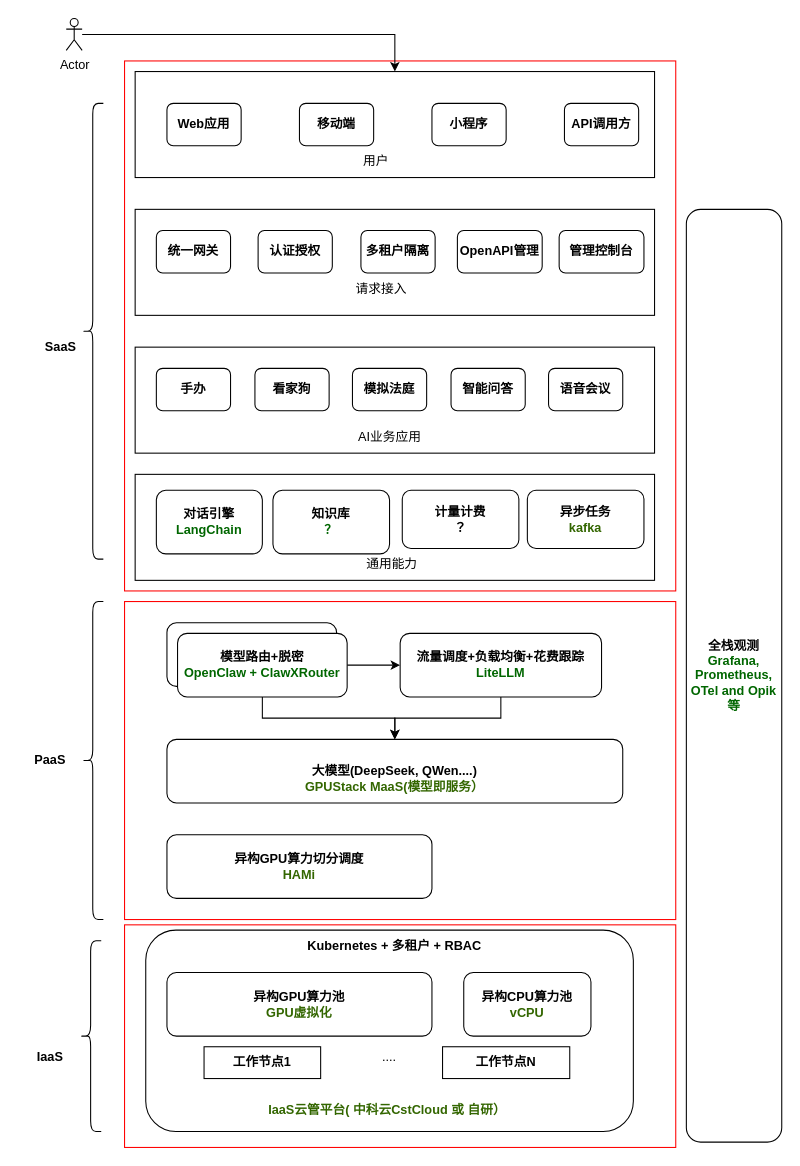
The draw.io diagram starbrain.drawio in wlijian-max/digrams, before the edit. Source tidied: cells renumbered, new cells numbered last; positions are measured from the earlier drawing's top-left corner, leaving out a move shared by most shapes. Both pictures are drawn from the tidied source at 106%, with x=0, y=0 at pixel (18, 18).
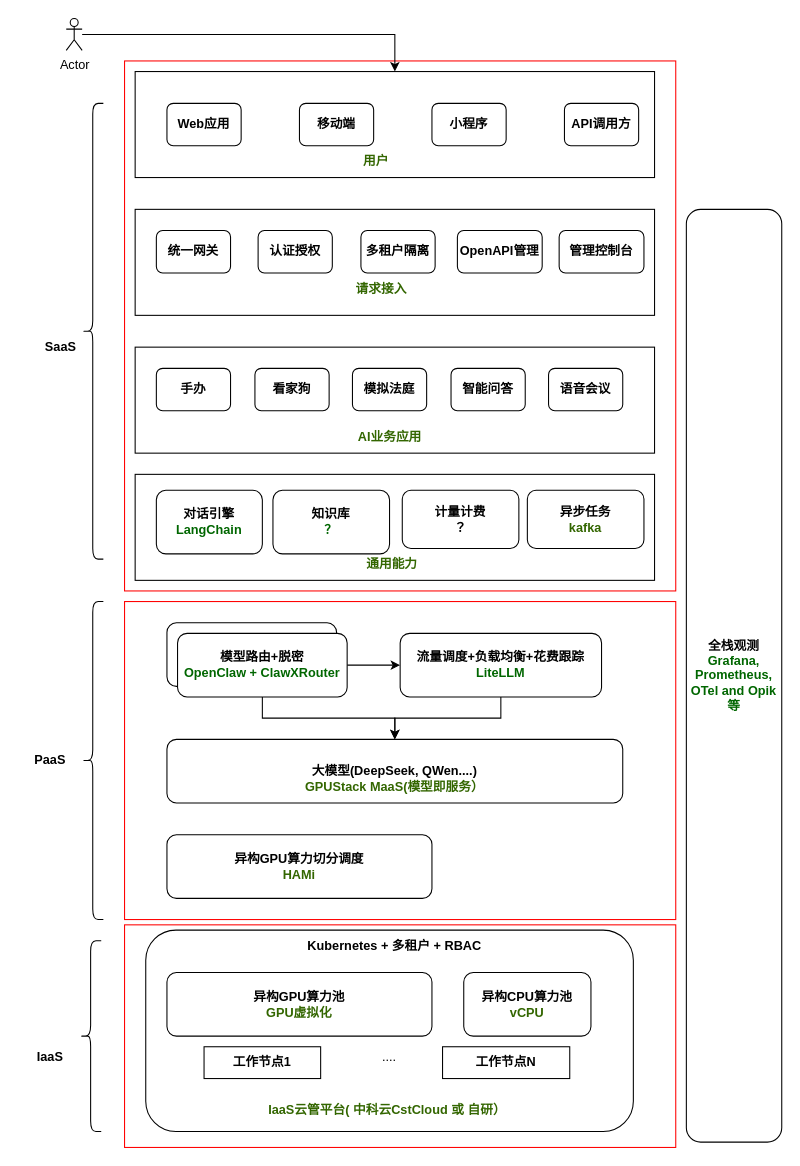
Above is the later version.

The edit, as a diff of the source:
```diff
@@
-    <mxCell id="52" value="AI业务应用" style="text;html=1;whiteSpace=wrap;strokeColor=none;fillColor=none;align=center;verticalAlign=middle;rounded=0;" parent="1" vertex="1">
+    <mxCell id="52" value="&lt;b&gt;&lt;font style=&quot;color: rgb(51, 102, 0);&quot;&gt;AI业务应用&lt;/font&gt;&lt;/b&gt;" style="text;html=1;whiteSpace=wrap;strokeColor=none;fillColor=none;align=center;verticalAlign=middle;rounded=0;" parent="1" vertex="1">
       <mxGeometry x="307.5" y="380" width="85" height="30" as="geometry" />
     </mxCell>
-    <mxCell id="53" value="通用能力" style="text;html=1;whiteSpace=wrap;strokeColor=none;fillColor=none;align=center;verticalAlign=middle;rounded=0;" parent="1" vertex="1">
+    <mxCell id="53" value="&lt;font style=&quot;color: rgb(51, 102, 0);&quot;&gt;&lt;b&gt;通用能力&lt;/b&gt;&lt;/font&gt;" style="text;html=1;whiteSpace=wrap;strokeColor=none;fillColor=none;align=center;verticalAlign=middle;rounded=0;" parent="1" vertex="1">
       <mxGeometry x="310" y="500" width="85" height="30" as="geometry" />
     </mxCell>
-    <mxCell id="54" value="请求接入" style="text;html=1;whiteSpace=wrap;strokeColor=none;fillColor=none;align=center;verticalAlign=middle;rounded=0;" parent="1" vertex="1">
+    <mxCell id="54" value="&lt;b&gt;&lt;font style=&quot;color: rgb(51, 102, 0);&quot;&gt;请求接入&lt;/font&gt;&lt;/b&gt;" style="text;html=1;whiteSpace=wrap;strokeColor=none;fillColor=none;align=center;verticalAlign=middle;rounded=0;" parent="1" vertex="1">
       <mxGeometry x="300" y="240" width="85" height="30" as="geometry" />
     </mxCell>
-    <mxCell id="55" value="用户" style="text;html=1;whiteSpace=wrap;strokeColor=none;fillColor=none;align=center;verticalAlign=middle;rounded=0;" parent="1" vertex="1">
+    <mxCell id="55" value="&lt;b&gt;&lt;font style=&quot;color: rgb(51, 102, 0);&quot;&gt;用户&lt;/font&gt;&lt;/b&gt;" style="text;html=1;whiteSpace=wrap;strokeColor=none;fillColor=none;align=center;verticalAlign=middle;rounded=0;" parent="1" vertex="1">
       <mxGeometry x="295" y="120" width="85" height="30" as="geometry" />
     </mxCell>
```
